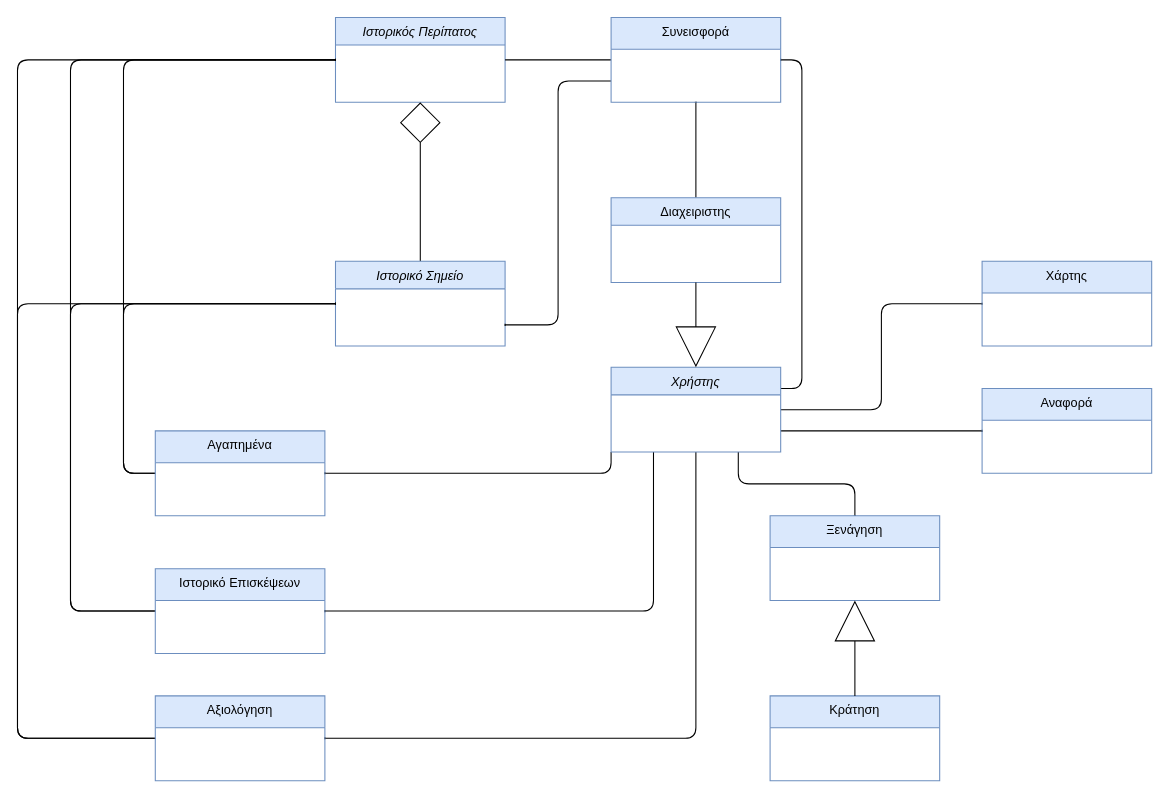
Before: NOTES/Domain Model.drawio in Nektar24/software-engineering, a draw.io diagram. Source tidied: cells renumbered, new cells numbered last; positions are measured from the earlier drawing's top-left corner, leaving out a move shared by most shapes. Both pictures are drawn from the tidied source at 106%, with x=0, y=0 at pixel (17, 17).
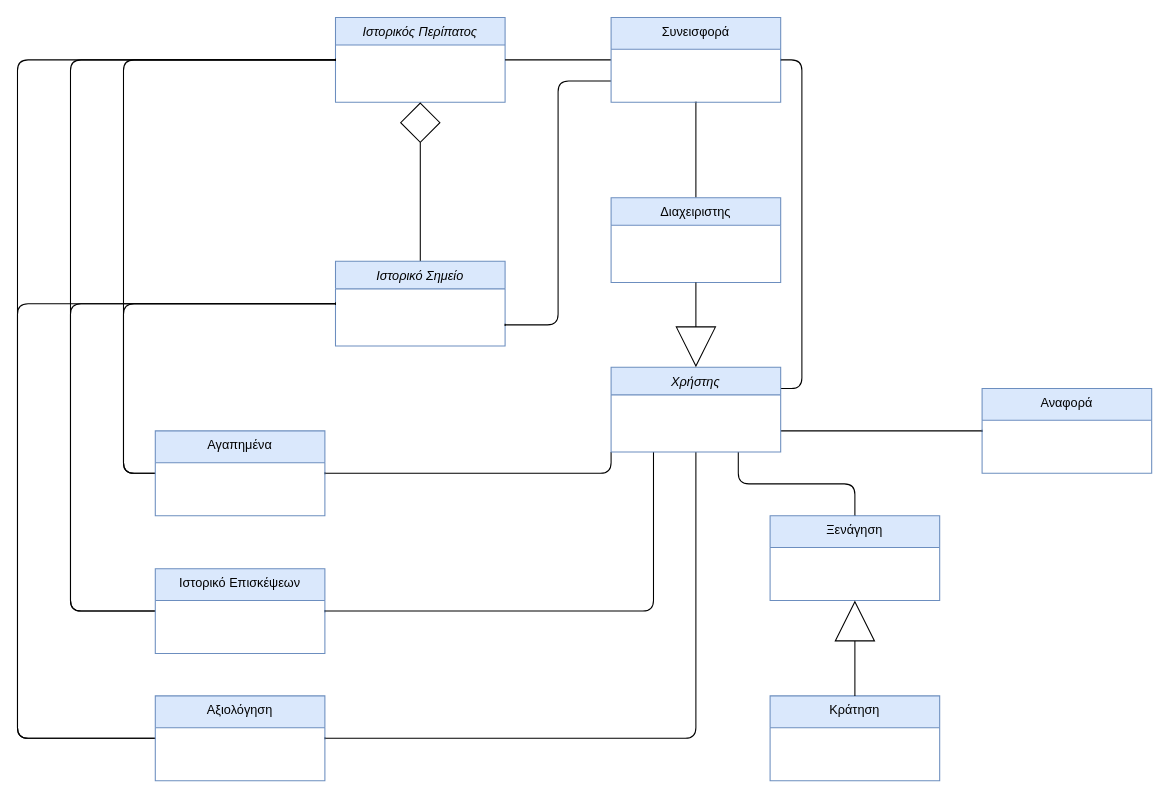
After the change.

Commit message (it also covers changes not shown here):
domain model - removed map

The change refers to these unchanged cells:
```xml
<mxCell id="9" value="Χρήστης" style="swimlane;fontStyle=2;align=center;verticalAlign=top;horizontal=1;startSize=26;rounded=0;shadow=0;strokeWidth=1;fillColor=#dae8fc;strokeColor=#6c8ebf;" parent="1" vertex="1">
  <mxGeometry x="560" y="330" width="160" height="80" as="geometry" />
</mxCell>
```

The edit, as a diff of the source:
```diff
@@
-    <mxCell id="7" style="edgeStyle=orthogonalEdgeStyle;curved=0;rounded=1;jettySize=auto;html=1;exitX=1;exitY=0.5;exitDx=0;exitDy=0;entryX=0;entryY=0.5;entryDx=0;entryDy=0;strokeColor=default;align=center;verticalAlign=middle;fontFamily=Helvetica;fontSize=11;fontColor=default;labelBackgroundColor=default;elbow=vertical;endArrow=baseDash;endFill=0;endSize=0;" parent="1" edge="1" source="9" target="28">
-      <mxGeometry relative="1" as="geometry" />
-    </mxCell>
@@
-    <mxCell id="28" value="Χάρτης" style="swimlane;fontStyle=0;align=center;verticalAlign=top;horizontal=1;startSize=30;rounded=0;shadow=0;strokeWidth=1;fillColor=#dae8fc;strokeColor=#6c8ebf;" parent="1" vertex="1">
-      <mxGeometry x="910" y="230" width="160" height="80" as="geometry" />
-    </mxCell>
```
